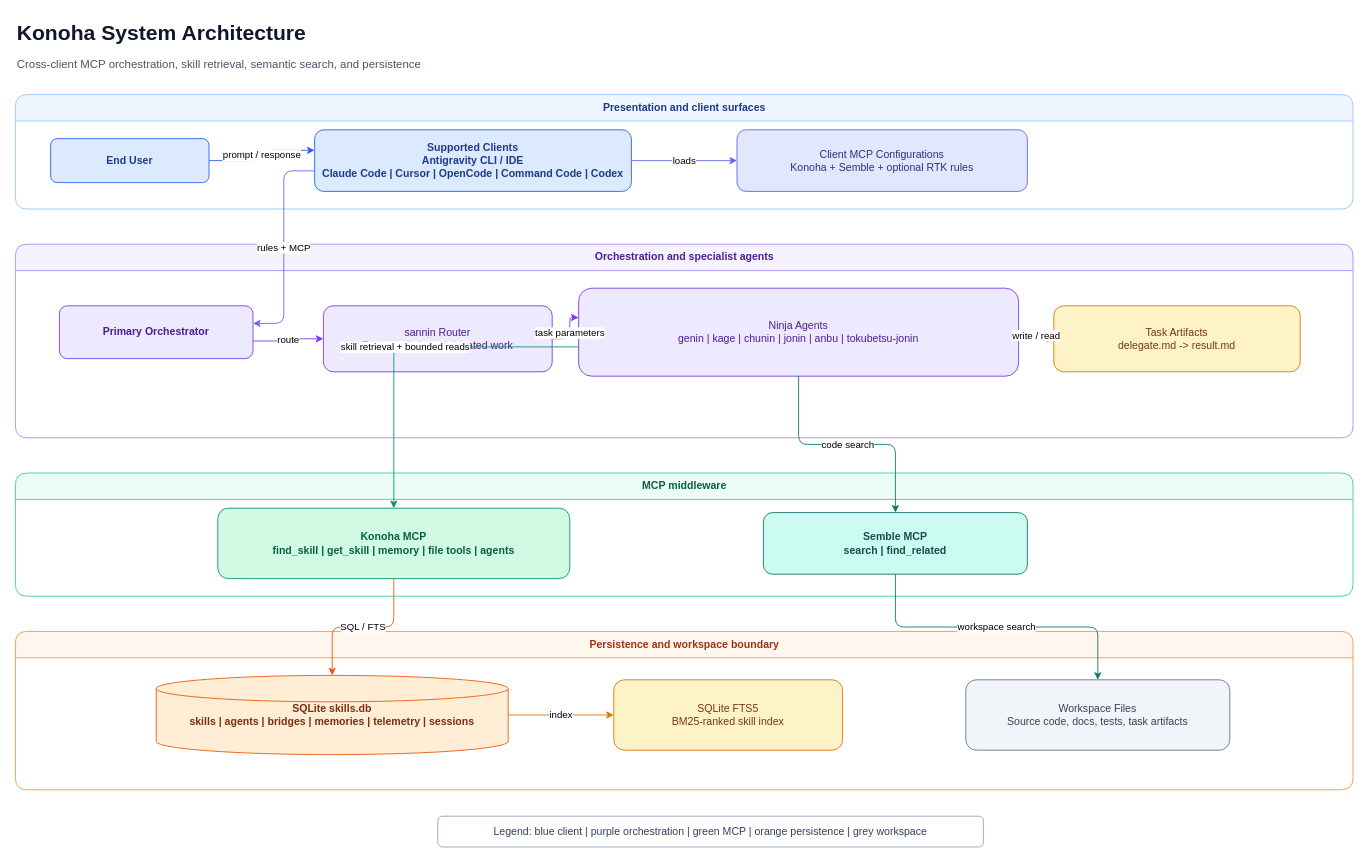
The draw.io diagram page "01 System Architecture" (1 of 11) of docs/diagrams/konoha-architecture.drawio in andycungkrinx91/konoha, before the edit. Source tidied: cells renumbered, new cells numbered last; positions are measured from the earlier drawing's top-left corner, leaving out a move shared by most shapes. Both pictures are drawn from the tidied source at 88%, with x=0, y=0 at pixel (15, 15).
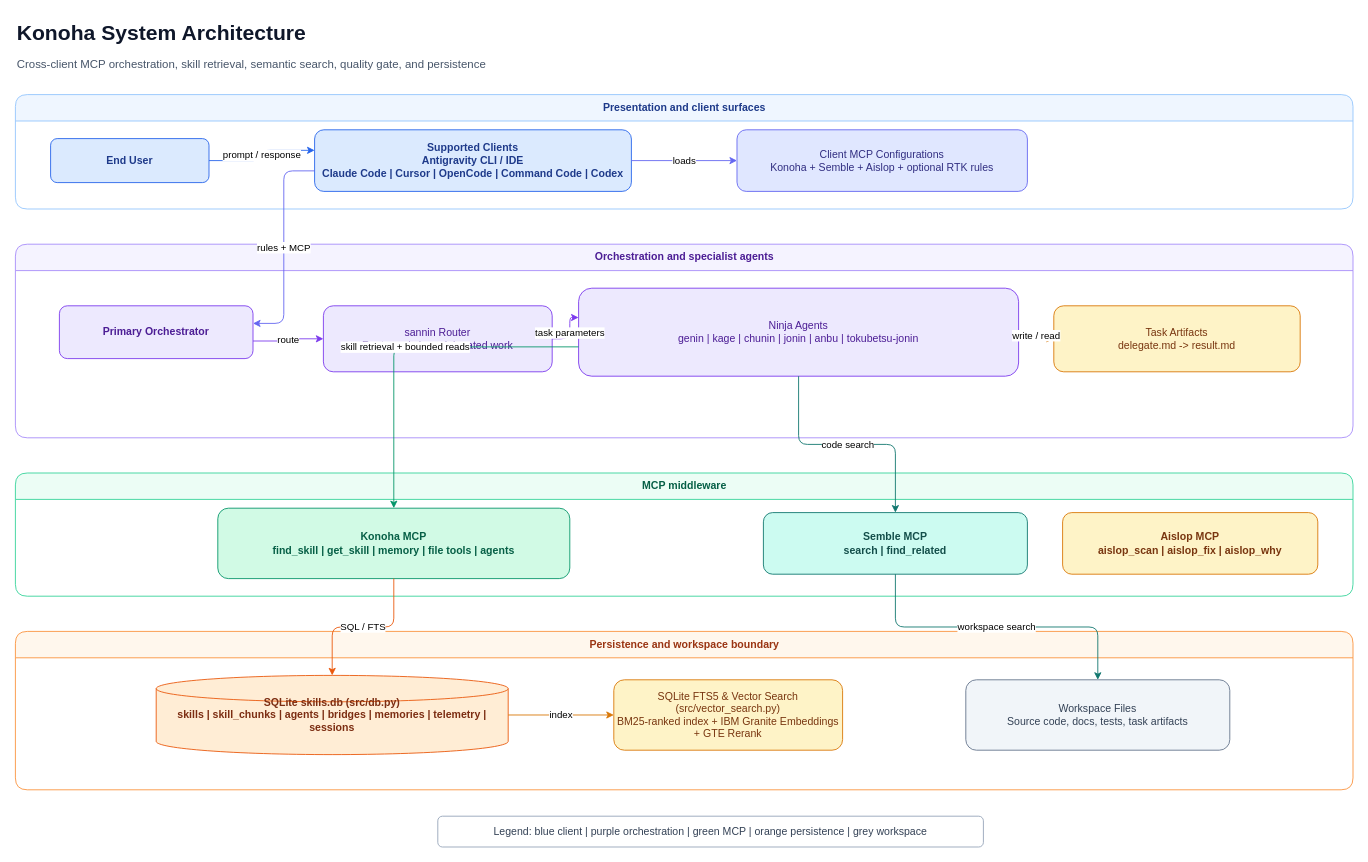
The same diagram, later.

Unchanged cells that the change refers to:
```xml
<mxCell id="4" value="Presentation and client surfaces" style="swimlane;html=1;rounded=1;startSize=30;fillColor=#eff6ff;strokeColor=#93c5fd;fontColor=#1e3a8a;fontStyle=1;" parent="1" vertex="1">
  <mxGeometry y="90" width="1520" height="130" as="geometry" />
</mxCell>
<mxCell id="13" value="MCP middleware" style="swimlane;html=1;rounded=1;startSize=30;fillColor=#ecfdf5;strokeColor=#34d399;fontColor=#065f46;fontStyle=1;" parent="1" vertex="1">
  <mxGeometry y="520" width="1520" height="140" as="geometry" />
</mxCell>
<mxCell id="16" value="Persistence and workspace boundary" style="swimlane;html=1;rounded=1;startSize=30;fillColor=#fff7ed;strokeColor=#fb923c;fontColor=#9a3412;fontStyle=1;" parent="1" vertex="1">
  <mxGeometry y="700" width="1520" height="180" as="geometry" />
</mxCell>
```

The edit, as a diff of the source:
```diff
@@
-    <mxCell id="3" value="Cross-client MCP orchestration, skill retrieval, semantic search, and persistence" style="text;html=1;strokeColor=none;fillColor=none;fontColor=#475569;fontSize=13;align=left;verticalAlign=middle;" parent="1" vertex="1">
+    <mxCell id="3" value="Cross-client MCP orchestration, skill retrieval, semantic search, quality gate, and persistence" style="text;html=1;strokeColor=none;fillColor=none;fontColor=#475569;fontSize=13;align=left;verticalAlign=middle;" parent="1" vertex="1">
       <mxGeometry y="40" width="900" height="30" as="geometry" />
     </mxCell>
@@
-    <mxCell id="7" value="Client MCP Configurations&#10;Konoha + Semble + optional RTK rules" style="rounded=1;html=1;whiteSpace=wrap;fillColor=#e0e7ff;strokeColor=#6366f1;fontColor=#312e81;" parent="4" vertex="1">
+    <mxCell id="7" value="Client MCP Configurations&#10;Konoha + Semble + Aislop + optional RTK rules" style="rounded=1;html=1;whiteSpace=wrap;fillColor=#e0e7ff;strokeColor=#6366f1;fontColor=#312e81;" parent="4" vertex="1">
       <mxGeometry x="820" y="40" width="330" height="70" as="geometry" />
     </mxCell>
@@
+    <mxCell id="32" value="Aislop MCP&#10;aislop_scan | aislop_fix | aislop_why" style="rounded=1;html=1;whiteSpace=wrap;fillColor=#fef3c7;strokeColor=#d97706;fontColor=#78350f;fontStyle=1;" parent="13" vertex="1">
+      <mxGeometry x="1190" y="45" width="290" height="70" as="geometry" />
+    </mxCell>
@@
-    <mxCell id="17" value="SQLite skills.db&#10;skills | agents | bridges | memories | telemetry | sessions" style="shape=cylinder3;html=1;whiteSpace=wrap;fillColor=#ffedd5;strokeColor=#ea580c;fontColor=#7c2d12;fontStyle=1;overflow=visible;" parent="16" vertex="1">
+    <mxCell id="17" value="SQLite skills.db (src/db.py)&#10;skills | skill_chunks | agents | bridges | memories | telemetry | sessions" style="shape=cylinder3;html=1;whiteSpace=wrap;fillColor=#ffedd5;strokeColor=#ea580c;fontColor=#7c2d12;fontStyle=1;overflow=visible;" parent="16" vertex="1">
       <mxGeometry x="160" y="50" width="400" height="90" as="geometry" />
     </mxCell>
-    <mxCell id="18" value="SQLite FTS5&#10;BM25-ranked skill index" style="rounded=1;html=1;whiteSpace=wrap;fillColor=#fef3c7;strokeColor=#d97706;fontColor=#78350f;" parent="16" vertex="1">
+    <mxCell id="18" value="SQLite FTS5 &amp; Vector Search (src/vector_search.py)&#10;BM25-ranked index + IBM Granite Embeddings + GTE Rerank" style="rounded=1;html=1;whiteSpace=wrap;fillColor=#fef3c7;strokeColor=#d97706;fontColor=#78350f;" parent="16" vertex="1">
       <mxGeometry x="680" y="55" width="260" height="80" as="geometry" />
     </mxCell>
```
